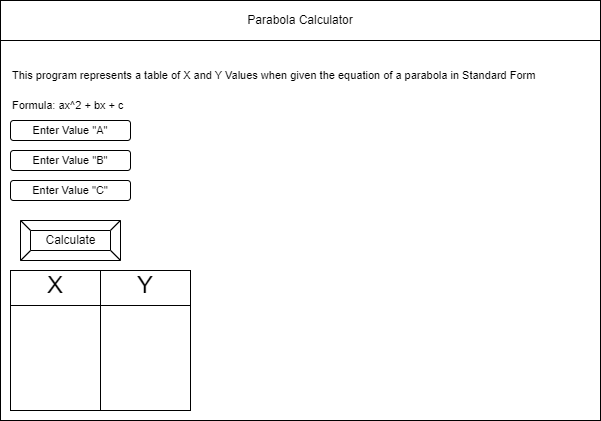
Above: design/ICS2O-Assignment-05-JS-storyboard.png in sam-corbett/ICS2O-Assignment-05-JS (draw.io), before the change. Source tidied: cells renumbered, new cells last; positions are measured from the earlier drawing's top-left corner, leaving out a move shared by most shapes. The source it was exported from:
```xml
<mxGraphModel>
  <root>
    <mxCell id="0" />
    <mxCell id="1" parent="0" />
    <mxCell id="2" style="rounded=0;whiteSpace=wrap;html=1;" parent="1" vertex="1">
      <mxGeometry width="600" height="420" as="geometry" />
    </mxCell>
    <mxCell id="3" value="Parabola Calculator" style="rounded=0;whiteSpace=wrap;html=1;" parent="1" vertex="1">
      <mxGeometry width="600" height="40" as="geometry" />
    </mxCell>
    <mxCell id="4" value="Calculate" style="labelPosition=center;verticalLabelPosition=middle;align=center;html=1;shape=mxgraph.basic.button;dx=10;" parent="1" vertex="1">
      <mxGeometry x="20" y="220" width="100" height="40" as="geometry" />
    </mxCell>
    <mxCell id="5" value="This program represents a table of X and Y Values when given the equation of a parabola in Standard Form&amp;nbsp;" style="text;html=1;strokeColor=none;fillColor=none;align=left;verticalAlign=middle;whiteSpace=wrap;rounded=0;fontSize=11;" parent="1" vertex="1">
      <mxGeometry x="10" y="60" width="590" height="30" as="geometry" />
    </mxCell>
    <mxCell id="6" value="Formula: ax^2 + bx + c" style="text;html=1;strokeColor=none;fillColor=none;align=left;verticalAlign=middle;whiteSpace=wrap;rounded=0;fontSize=11;" parent="1" vertex="1">
      <mxGeometry x="10" y="90" width="590" height="30" as="geometry" />
    </mxCell>
    <mxCell id="7" value="Enter Value &quot;A&quot;" style="rounded=1;whiteSpace=wrap;html=1;fontSize=11;" parent="1" vertex="1">
      <mxGeometry x="10" y="120" width="120" height="20" as="geometry" />
    </mxCell>
    <mxCell id="8" value="Enter Value &quot;B&quot;" style="rounded=1;whiteSpace=wrap;html=1;fontSize=11;" parent="1" vertex="1">
      <mxGeometry x="10" y="150" width="120" height="20" as="geometry" />
    </mxCell>
    <mxCell id="9" value="Enter Value &quot;C&quot;" style="rounded=1;whiteSpace=wrap;html=1;fontSize=11;" parent="1" vertex="1">
      <mxGeometry x="10" y="180" width="120" height="20" as="geometry" />
    </mxCell>
    <mxCell id="10" style="rounded=0;whiteSpace=wrap;html=1;fontSize=11;" parent="1" vertex="1">
      <mxGeometry x="10" y="270" width="180" height="140" as="geometry" />
    </mxCell>
    <mxCell id="11" style="endArrow=none;html=1;fontSize=11;exitX=0.5;exitY=1;exitDx=0;exitDy=0;entryX=0.5;entryY=0;entryDx=0;entryDy=0;" parent="1" edge="1" source="10" target="10">
      <mxGeometry relative="1" as="geometry" />
    </mxCell>
    <mxCell id="12" style="endArrow=none;html=1;fontSize=11;entryX=1;entryY=0.25;entryDx=0;entryDy=0;exitX=0;exitY=0.25;exitDx=0;exitDy=0;" parent="1" edge="1" source="10" target="10">
      <mxGeometry relative="1" as="geometry" />
    </mxCell>
    <mxCell id="13" value="&lt;font style=&quot;font-size: 24px&quot;&gt;X&lt;/font&gt;" style="text;html=1;strokeColor=none;fillColor=none;align=center;verticalAlign=middle;whiteSpace=wrap;rounded=0;fontSize=11;" parent="1" vertex="1">
      <mxGeometry x="40" y="270" width="30" height="30" as="geometry" />
    </mxCell>
    <mxCell id="14" value="&lt;font style=&quot;font-size: 24px&quot;&gt;Y&lt;/font&gt;" style="text;html=1;strokeColor=none;fillColor=none;align=center;verticalAlign=middle;whiteSpace=wrap;rounded=0;fontSize=11;" parent="1" vertex="1">
      <mxGeometry x="130" y="270" width="30" height="30" as="geometry" />
    </mxCell>
  </root>
</mxGraphModel>
```
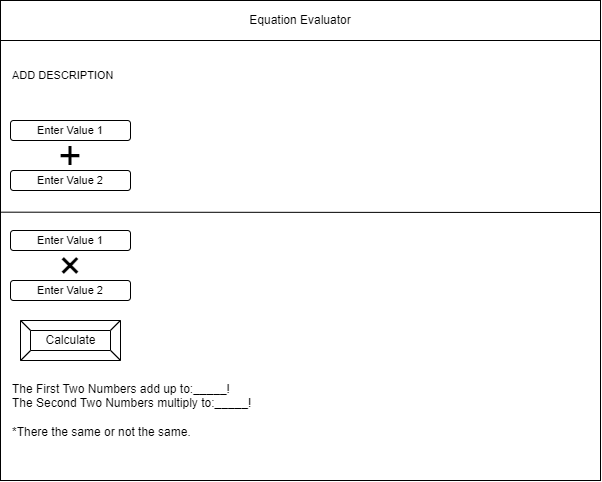
The same diagram one commit later.

Commit message:
storyboard and flowchart added

Diff of the diagram source:
```diff
@@ -3,43 +3,42 @@
     <mxCell id="0" />
     <mxCell id="1" parent="0" />
     <mxCell id="2" style="rounded=0;whiteSpace=wrap;html=1;" parent="1" vertex="1">
-      <mxGeometry width="600" height="420" as="geometry" />
+      <mxGeometry width="600" height="480" as="geometry" />
     </mxCell>
-    <mxCell id="3" value="Parabola Calculator" style="rounded=0;whiteSpace=wrap;html=1;" parent="1" vertex="1">
+    <mxCell id="3" value="Equation Evaluator" style="rounded=0;whiteSpace=wrap;html=1;" parent="1" vertex="1">
       <mxGeometry width="600" height="40" as="geometry" />
     </mxCell>
     <mxCell id="4" value="Calculate" style="labelPosition=center;verticalLabelPosition=middle;align=center;html=1;shape=mxgraph.basic.button;dx=10;" parent="1" vertex="1">
-      <mxGeometry x="20" y="220" width="100" height="40" as="geometry" />
+      <mxGeometry x="20" y="320" width="100" height="40" as="geometry" />
     </mxCell>
-    <mxCell id="5" value="This program represents a table of X and Y Values when given the equation of a parabola in Standard Form&amp;nbsp;" style="text;html=1;strokeColor=none;fillColor=none;align=left;verticalAlign=middle;whiteSpace=wrap;rounded=0;fontSize=11;" parent="1" vertex="1">
+    <mxCell id="5" value="ADD DESCRIPTION" style="text;html=1;strokeColor=none;fillColor=none;align=left;verticalAlign=middle;whiteSpace=wrap;rounded=0;fontSize=11;" parent="1" vertex="1">
       <mxGeometry x="10" y="60" width="590" height="30" as="geometry" />
     </mxCell>
-    <mxCell id="6" value="Formula: ax^2 + bx + c" style="text;html=1;strokeColor=none;fillColor=none;align=left;verticalAlign=middle;whiteSpace=wrap;rounded=0;fontSize=11;" parent="1" vertex="1">
-      <mxGeometry x="10" y="90" width="590" height="30" as="geometry" />
-    </mxCell>
-    <mxCell id="7" value="Enter Value &quot;A&quot;" style="rounded=1;whiteSpace=wrap;html=1;fontSize=11;" parent="1" vertex="1">
+    <mxCell id="7" value="Enter Value 1" style="rounded=1;whiteSpace=wrap;html=1;fontSize=11;" parent="1" vertex="1">
       <mxGeometry x="10" y="120" width="120" height="20" as="geometry" />
     </mxCell>
-    <mxCell id="8" value="Enter Value &quot;B&quot;" style="rounded=1;whiteSpace=wrap;html=1;fontSize=11;" parent="1" vertex="1">
-      <mxGeometry x="10" y="150" width="120" height="20" as="geometry" />
+    <mxCell id="8" value="Enter Value 2" style="rounded=1;whiteSpace=wrap;html=1;fontSize=11;" parent="1" vertex="1">
+      <mxGeometry x="10" y="170" width="120" height="20" as="geometry" />
     </mxCell>
-    <mxCell id="9" value="Enter Value &quot;C&quot;" style="rounded=1;whiteSpace=wrap;html=1;fontSize=11;" parent="1" vertex="1">
-      <mxGeometry x="10" y="180" width="120" height="20" as="geometry" />
-    </mxCell>
-    <mxCell id="10" style="rounded=0;whiteSpace=wrap;html=1;fontSize=11;" parent="1" vertex="1">
-      <mxGeometry x="10" y="270" width="180" height="140" as="geometry" />
-    </mxCell>
-    <mxCell id="11" style="endArrow=none;html=1;fontSize=11;exitX=0.5;exitY=1;exitDx=0;exitDy=0;entryX=0.5;entryY=0;entryDx=0;entryDy=0;" parent="1" edge="1" source="10" target="10">
-      <mxGeometry relative="1" as="geometry" />
-    </mxCell>
-    <mxCell id="12" style="endArrow=none;html=1;fontSize=11;entryX=1;entryY=0.25;entryDx=0;entryDy=0;exitX=0;exitY=0.25;exitDx=0;exitDy=0;" parent="1" edge="1" source="10" target="10">
-      <mxGeometry relative="1" as="geometry" />
-    </mxCell>
-    <mxCell id="13" value="&lt;font style=&quot;font-size: 24px&quot;&gt;X&lt;/font&gt;" style="text;html=1;strokeColor=none;fillColor=none;align=center;verticalAlign=middle;whiteSpace=wrap;rounded=0;fontSize=11;" parent="1" vertex="1">
-      <mxGeometry x="40" y="270" width="30" height="30" as="geometry" />
-    </mxCell>
-    <mxCell id="14" value="&lt;font style=&quot;font-size: 24px&quot;&gt;Y&lt;/font&gt;" style="text;html=1;strokeColor=none;fillColor=none;align=center;verticalAlign=middle;whiteSpace=wrap;rounded=0;fontSize=11;" parent="1" vertex="1">
-      <mxGeometry x="130" y="270" width="30" height="30" as="geometry" />
-    </mxCell>
+    <mxCell id="15" value="&lt;font style=&quot;font-size: 40px&quot;&gt;+&lt;/font&gt;" style="text;html=1;strokeColor=none;fillColor=none;align=center;verticalAlign=middle;whiteSpace=wrap;rounded=0;" parent="1" vertex="1">
+      <mxGeometry x="55" y="140" width="30" height="30" as="geometry" />
+    </mxCell>
+    <mxCell id="16" value="Enter Value 1" style="rounded=1;whiteSpace=wrap;html=1;fontSize=11;" parent="1" vertex="1">
+      <mxGeometry x="10" y="230" width="120" height="20" as="geometry" />
+    </mxCell>
+    <mxCell id="17" value="Enter Value 2" style="rounded=1;whiteSpace=wrap;html=1;fontSize=11;" parent="1" vertex="1">
+      <mxGeometry x="10" y="280" width="120" height="20" as="geometry" />
+    </mxCell>
+    <mxCell id="18" value="&lt;span style=&quot;font-size: 40px&quot;&gt;×&lt;/span&gt;" style="text;html=1;strokeColor=none;fillColor=none;align=center;verticalAlign=middle;whiteSpace=wrap;rounded=0;" parent="1" vertex="1">
+      <mxGeometry x="55" y="250" width="30" height="30" as="geometry" />
+    </mxCell>
+    <mxCell id="19" style="endArrow=none;html=1;fontSize=40;exitX=0.001;exitY=0.441;exitDx=0;exitDy=0;exitPerimeter=0;" parent="1" edge="1" source="2">
+      <mxGeometry relative="1" as="geometry">
+        <mxPoint x="600" y="212" as="targetPoint" />
+      </mxGeometry>
+    </mxCell>
+    <mxCell id="20" value="The First Two Numbers add up to:_____!&lt;br&gt;The Second Two Numbers multiply to:_____!&lt;br&gt;&lt;br&gt;*There the same or not the same." style="text;html=1;strokeColor=none;fillColor=none;align=left;verticalAlign=middle;whiteSpace=wrap;rounded=0;fontSize=12;" parent="1" vertex="1">
+      <mxGeometry x="10" y="380" width="260" height="60" as="geometry" />
+    </mxCell>
   </root>
 </mxGraphModel>
```
